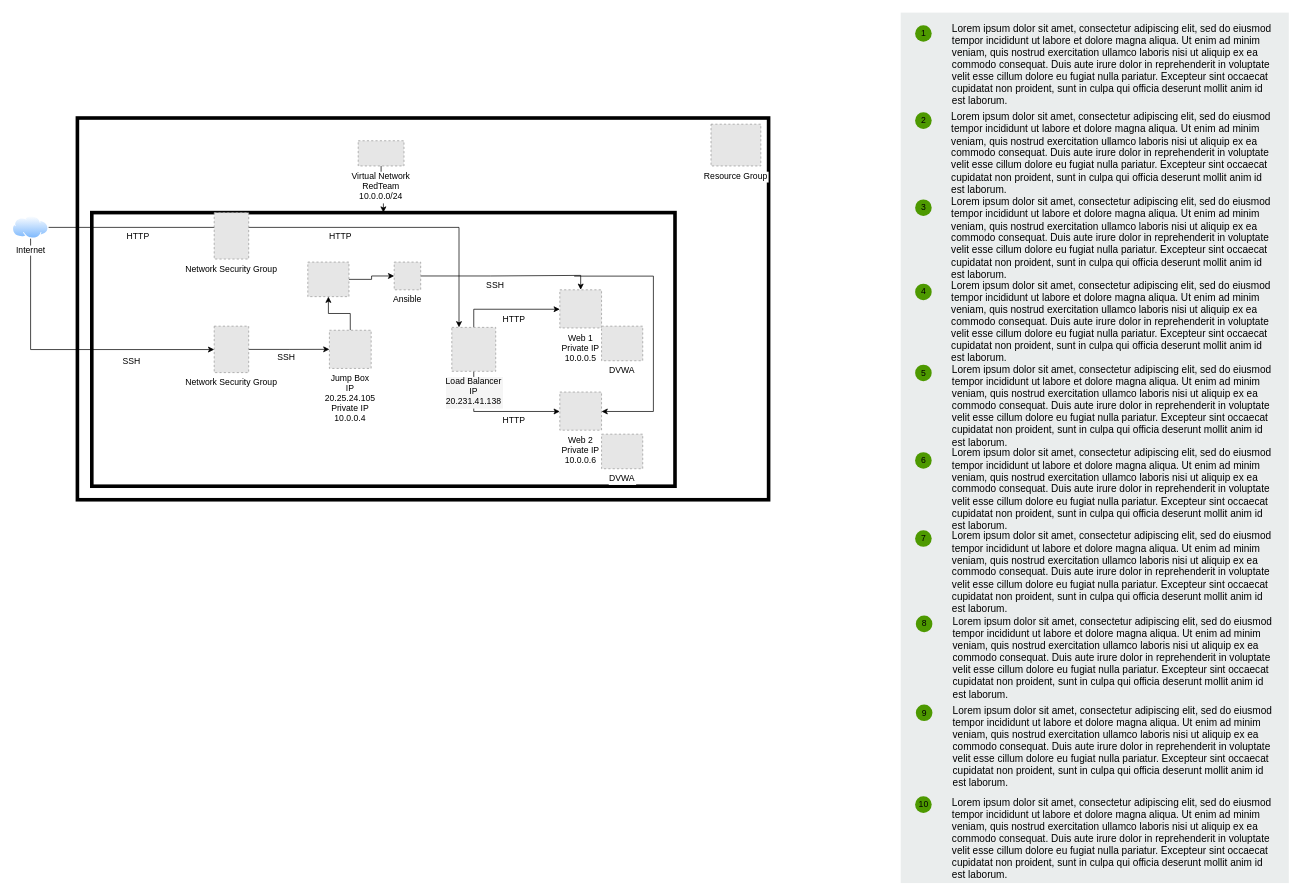
This is Diagrams/Project1.drawio from matt-a-pinkerton/Elk-Stack-Project, a draw.io file, before an edit. Source tidied: cells renumbered, new cells numbered last; positions are measured from the earlier drawing's top-left corner, leaving out a move shared by most shapes. Both pictures are drawn from the tidied source at 72%, with x=0, y=0 at pixel (12, 12). Pictures stored in the file or linked from it are replaced by grey dashed boxes.
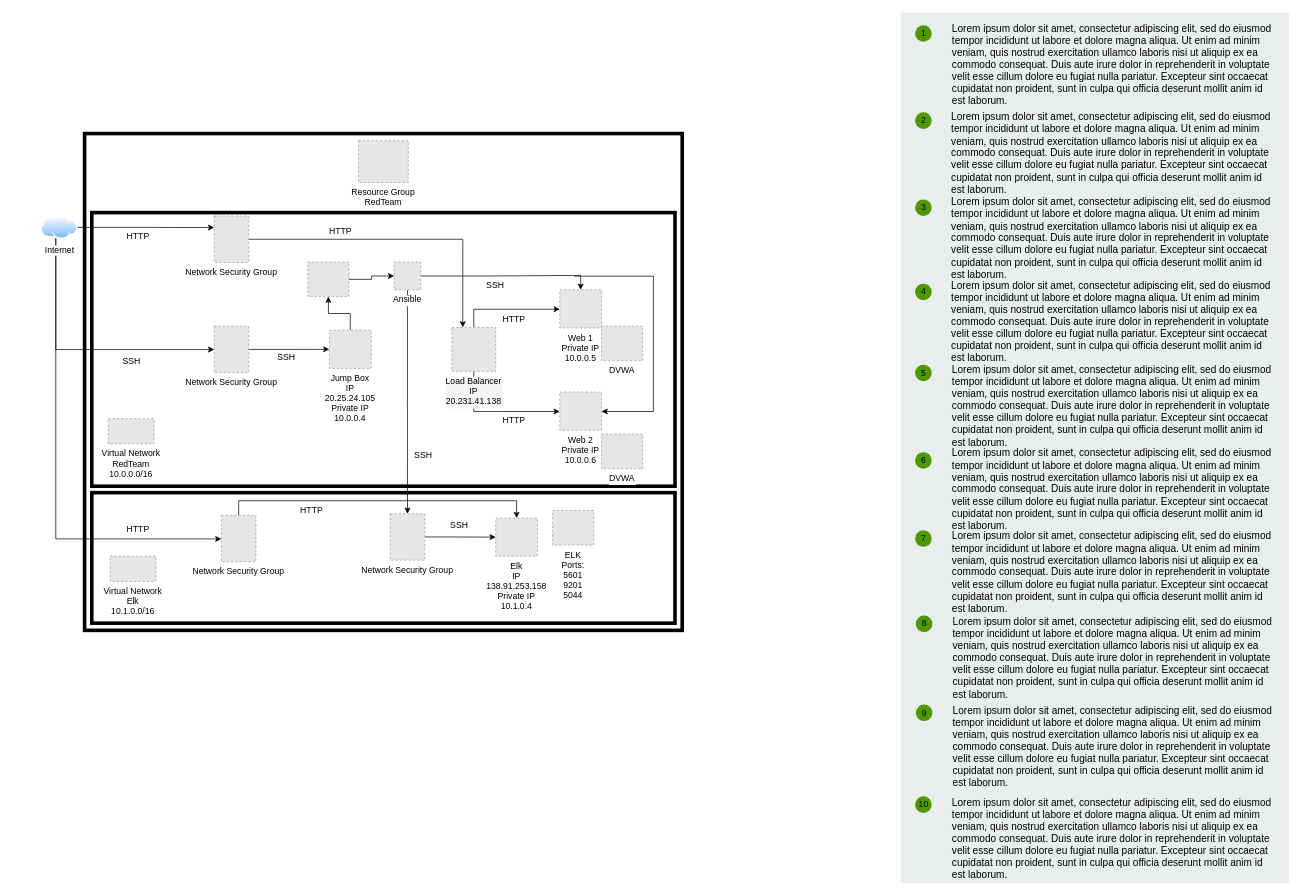
Above is the later version.

The change refers to these unchanged cells:
```xml
<mxCell id="3" style="rounded=0;whiteSpace=wrap;html=1;fillColor=none;strokeWidth=5;shadow=0;" parent="1" vertex="1">
  <mxGeometry x="110" y="277.8" width="810" height="380" as="geometry" />
</mxCell>
<mxCell id="6" value="Load Balancer&#10;IP &#10;20.231.41.138" style="fillColor=#E6E6E6;strokeColor=#999999;dashed=1;verticalLabelPosition=bottom;labelBackgroundColor=#F5F5F5;verticalAlign=top;" parent="1" vertex="1">
  <mxGeometry x="610" y="437.2" width="61" height="61" as="geometry" />
</mxCell>
<mxCell id="33" value="Network Security Group" style="fillColor=#E6E6E6;strokeColor=#999999;dashed=1;verticalLabelPosition=bottom;labelBackgroundColor=#ffffff;verticalAlign=top;" parent="1" vertex="1">
  <mxGeometry x="280" y="435.5" width="47.9" height="64.5" as="geometry" />
</mxCell>
<mxCell id="39" value="Ansible" style="fillColor=#E6E6E6;strokeColor=#999999;dashed=1;verticalLabelPosition=bottom;labelBackgroundColor=#ffffff;verticalAlign=top;" parent="1" vertex="1">
  <mxGeometry x="530" y="346.5" width="36.8" height="38.5" as="geometry" />
</mxCell>
```

Change to the diagram source:
```diff
@@
+    <mxCell id="55" style="rounded=0;whiteSpace=wrap;html=1;fillColor=none;strokeWidth=5;shadow=0;" parent="1" vertex="1">
+      <mxGeometry x="110" y="666.8" width="810" height="181.2" as="geometry" />
+    </mxCell>
     <mxCell id="2" style="rounded=0;whiteSpace=wrap;html=1;fillColor=none;strokeWidth=5;shadow=0;" parent="1" vertex="1">
-      <mxGeometry x="90" y="146.4" width="960" height="530.2" as="geometry" />
+      <mxGeometry x="100" y="168" width="830" height="690" as="geometry" />
     </mxCell>
@@
-    <mxCell id="36" value="Resource Group" style="fillColor=#E6E6E6;strokeColor=#999999;dashed=1;verticalLabelPosition=bottom;labelBackgroundColor=#ffffff;verticalAlign=top;" parent="1" vertex="1">
-      <mxGeometry x="970" y="155" width="69.2" height="58" as="geometry" />
+    <mxCell id="36" value="Resource Group&#10;RedTeam" style="fillColor=#E6E6E6;strokeColor=#999999;dashed=1;verticalLabelPosition=bottom;labelBackgroundColor=#ffffff;verticalAlign=top;" parent="1" vertex="1">
+      <mxGeometry x="480.4" y="178" width="69.2" height="58" as="geometry" />
     </mxCell>
@@
+    <mxCell id="56" style="edgeStyle=orthogonalEdgeStyle;rounded=0;jettySize=auto;html=1;startArrow=none;" parent="1" edge="1" source="65" target="61">
+      <mxGeometry relative="1" as="geometry" />
+    </mxCell>
+    <mxCell id="57" style="edgeStyle=orthogonalEdgeStyle;rounded=0;jettySize=auto;html=1;" parent="1" edge="1" source="39" target="65">
+      <mxGeometry relative="1" as="geometry" />
+    </mxCell>
@@
     <mxCell id="43" style="edgeStyle=orthogonalEdgeStyle;rounded=0;jettySize=auto;html=1;" parent="1" edge="1" source="45" target="33">
       <mxGeometry relative="1" as="geometry">
         <Array as="points">
-          <mxPoint x="25" y="468" />
+          <mxPoint x="60" y="468" />
         </Array>
       </mxGeometry>
     </mxCell>
-    <mxCell id="44" style="edgeStyle=orthogonalEdgeStyle;rounded=0;jettySize=auto;html=1;" parent="1" edge="1" source="45" target="6">
-      <mxGeometry relative="1" as="geometry">
-        <Array as="points">
-          <mxPoint x="620" y="298" />
-        </Array>
-      </mxGeometry>
-    </mxCell>
+    <mxCell id="58" style="edgeStyle=orthogonalEdgeStyle;rounded=0;jettySize=auto;html=1;entryX=0;entryY=0.25;entryDx=0;entryDy=0;" parent="1" edge="1" source="45" target="51">
+      <mxGeometry relative="1" as="geometry" />
+    </mxCell>
+    <mxCell id="59" style="edgeStyle=orthogonalEdgeStyle;rounded=0;jettySize=auto;html=1;" parent="1" edge="1" source="45" target="67">
+      <mxGeometry relative="1" as="geometry">
+        <Array as="points">
+          <mxPoint x="60" y="731" />
+        </Array>
+      </mxGeometry>
+    </mxCell>
     <mxCell id="45" value="Internet" style="perimeter=ellipsePerimeter;html=1;align=center;shadow=0;dashed=0;spacingTop=3;image;image=img/lib/active_directory/internet_cloud.svg;strokeWidth=5;fillColor=none;" parent="1" vertex="1">
-      <mxGeometry y="282.5" width="50" height="31.5" as="geometry" />
+      <mxGeometry x="40" y="282.5" width="50" height="31.5" as="geometry" />
     </mxCell>
@@
-    <mxCell id="49" style="edgeStyle=orthogonalEdgeStyle;rounded=0;jettySize=auto;html=1;" parent="1" edge="1" source="50" target="3">
-      <mxGeometry relative="1" as="geometry" />
-    </mxCell>
-    <mxCell id="50" value="Virtual Network&#10;RedTeam&#10;10.0.0.0/24" style="fillColor=#E6E6E6;strokeColor=#999999;dashed=1;verticalLabelPosition=bottom;labelBackgroundColor=#ffffff;verticalAlign=top;" parent="1" vertex="1">
-      <mxGeometry x="480" y="178" width="63.6" height="35" as="geometry" />
+    <mxCell id="50" value="Virtual Network&#10;RedTeam&#10;10.0.0.0/16" style="fillColor=#E6E6E6;strokeColor=#999999;dashed=1;verticalLabelPosition=bottom;labelBackgroundColor=#ffffff;verticalAlign=top;" parent="1" vertex="1">
+      <mxGeometry x="132.8" y="564" width="63.6" height="35" as="geometry" />
     </mxCell>
+    <mxCell id="60" style="edgeStyle=orthogonalEdgeStyle;rounded=0;jettySize=auto;html=1;entryX=0.25;entryY=0;entryDx=0;entryDy=0;" parent="1" edge="1" source="51" target="6">
+      <mxGeometry relative="1" as="geometry" />
+    </mxCell>
     <mxCell id="51" value="Network Security Group" style="fillColor=#E6E6E6;strokeColor=#999999;dashed=1;verticalLabelPosition=bottom;labelBackgroundColor=#ffffff;verticalAlign=top;" parent="1" vertex="1">
-      <mxGeometry x="280" y="277.8" width="47.9" height="64.5" as="geometry" />
+      <mxGeometry x="280" y="282.5" width="47.9" height="64.5" as="geometry" />
     </mxCell>
     <mxCell id="52" value="HTTP" style="text;html=1;align=center;verticalAlign=middle;strokeColor=none;fillColor=none;" parent="1" vertex="1">
-      <mxGeometry x="430" y="300.5" width="50" height="20" as="geometry" />
+      <mxGeometry x="430.4" y="294" width="50" height="20" as="geometry" />
     </mxCell>
@@
+    <mxCell id="61" value="Elk&#10;IP&#10;138.91.253.158&#10;Private IP&#10;10.1.0.4&#10;" style="fillColor=#E6E6E6;strokeColor=#999999;dashed=1;verticalLabelPosition=bottom;labelBackgroundColor=#ffffff;verticalAlign=top;" parent="1" vertex="1">
+      <mxGeometry x="671" y="702" width="58" height="53" as="geometry" />
+    </mxCell>
+    <mxCell id="62" value="SSH" style="text;html=1;align=center;verticalAlign=middle;strokeColor=none;fillColor=none;" parent="1" vertex="1">
+      <mxGeometry x="549.6" y="605" width="40" height="20" as="geometry" />
+    </mxCell>
+    <mxCell id="63" value="Virtual Network&#10;Elk&#10;10.1.0.0/16" style="fillColor=#E6E6E6;strokeColor=#999999;dashed=1;verticalLabelPosition=bottom;labelBackgroundColor=#ffffff;verticalAlign=top;" parent="1" vertex="1">
+      <mxGeometry x="135.5" y="755" width="63.6" height="35" as="geometry" />
+    </mxCell>
+    <mxCell id="64" value="ELK&#10;Ports:&#10;5601&#10;9201&#10;5044&#10;" style="fillColor=#E6E6E6;strokeColor=#999999;dashed=1;verticalLabelPosition=bottom;labelBackgroundColor=#ffffff;verticalAlign=top;" parent="1" vertex="1">
+      <mxGeometry x="750" y="691.5" width="57.2" height="48" as="geometry" />
+    </mxCell>
+    <mxCell id="65" value="Network Security Group" style="fillColor=#E6E6E6;strokeColor=#999999;dashed=1;verticalLabelPosition=bottom;labelBackgroundColor=#ffffff;verticalAlign=top;" parent="1" vertex="1">
+      <mxGeometry x="524.5" y="696" width="47.9" height="64.5" as="geometry" />
+    </mxCell>
+    <mxCell id="66" style="edgeStyle=orthogonalEdgeStyle;rounded=0;jettySize=auto;html=1;" parent="1" edge="1" source="67" target="61">
+      <mxGeometry relative="1" as="geometry">
+        <Array as="points">
+          <mxPoint x="314" y="678" />
+          <mxPoint x="700" y="678" />
+        </Array>
+      </mxGeometry>
+    </mxCell>
+    <mxCell id="67" value="Network Security Group" style="fillColor=#E6E6E6;strokeColor=#999999;dashed=1;verticalLabelPosition=bottom;labelBackgroundColor=#ffffff;verticalAlign=top;" parent="1" vertex="1">
+      <mxGeometry x="290" y="698.2" width="47.9" height="64.5" as="geometry" />
+    </mxCell>
+    <mxCell id="68" value="HTTP" style="text;html=1;align=center;verticalAlign=middle;strokeColor=none;fillColor=none;" parent="1" vertex="1">
+      <mxGeometry x="149.2" y="708" width="50" height="20" as="geometry" />
+    </mxCell>
+    <mxCell id="69" value="HTTP" style="text;html=1;align=center;verticalAlign=middle;strokeColor=none;fillColor=none;" parent="1" vertex="1">
+      <mxGeometry x="390" y="682" width="50" height="20" as="geometry" />
+    </mxCell>
+    <mxCell id="70" value="SSH" style="text;html=1;align=center;verticalAlign=middle;strokeColor=none;fillColor=none;" parent="1" vertex="1">
+      <mxGeometry x="600" y="702" width="40" height="20" as="geometry" />
+    </mxCell>
```
